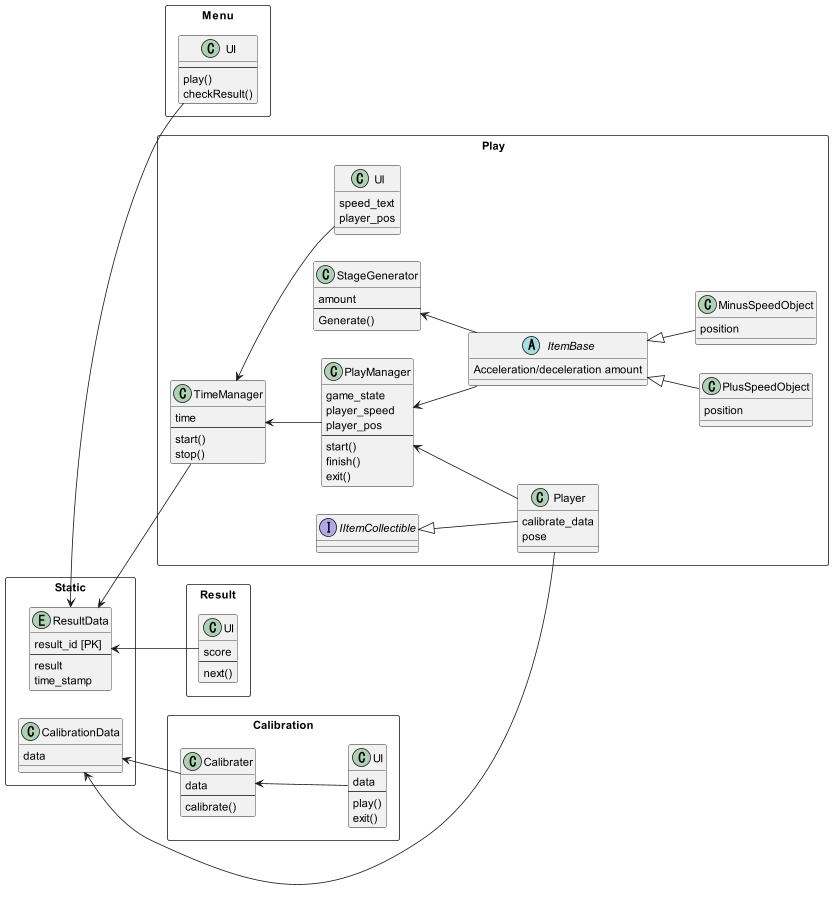
This is specification/img/data.png from tuatmcc/AvoidGame, a PlantUML export, as it was before one commit. The source it was exported from:
```plantuml
@startuml

left to right direction

package "Menu" <<Rectangle>> {
    class "UI" as menuUi {
        --
        play()
        checkResult()
    }
}

package "Calibration" <<Rectangle>> {
    class "Calibrater" as calibrater {
        data
        --
        calibrate()
    }

    class "UI" as calibrationUi {
        data
        --
        play()
        exit()
    }
}

package "Play" <<Rectangle>> {
    class "PlayManager" as playManager {
        game_state
        player_speed
        player_pos
        --
        start()
        finish()
        exit()
    }

    class "TimeManager" as timeManager {
        time
        --
        start()
        stop()
    }

    class "StageGenerator" as stageGenerator {
        amount
        --
        Generate()
    }

    class "PlusSpeedObject" as plusSpeedObject {
        position
    }

    class "MinusSpeedObject" as minusSpeedObject {
        position
    }

    abstract class "ItemBase" as itemBase {
        Acceleration/deceleration amount
    }

    class "Player" as player {
        calibrate_data
        pose
    }

    interface "IItemCollectible" as iItemCollectible {

    }

    class "UI" as playUi {
        speed_text
        player_pos
    }
}

package "Result" <<Rectangle>> {
    class "UI" as resultUi {
        score
        --
        next()
    }
}

package "Static" <<Rectangle>> {
    entity "ResultData" as resultData {
        result_id [PK]
        --
        result
        time_stamp
    }

    class "CalibrationData" as calibrationData {
        data
    }
}

resultData <-- menuUi

calibrater <-- calibrationUi
calibrationData <-- calibrater

playManager <-- itemBase
timeManager <-- playUi
timeManager <-- playManager
playManager <-- player
iItemCollectible <|-- player
calibrationData <-- player
resultData <-- timeManager
itemBase <|-- plusSpeedObject
itemBase <|-- minusSpeedObject
stageGenerator <-- itemBase

resultData <-- resultUi

@enduml
```
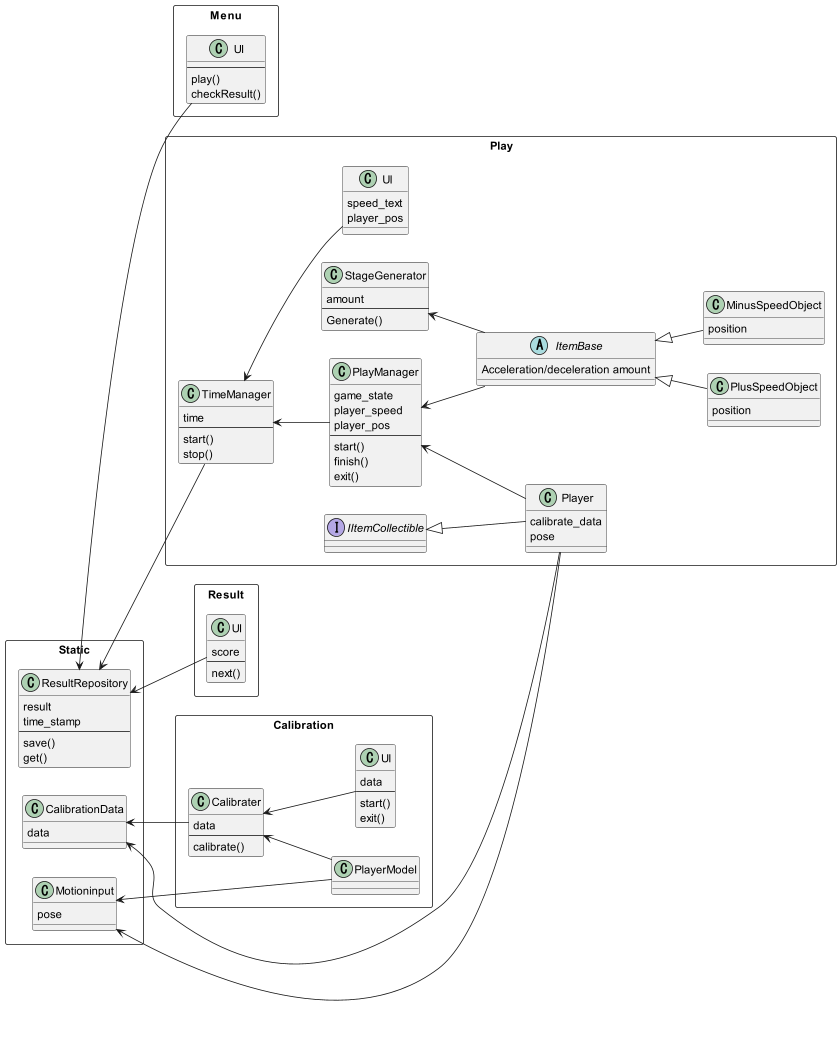
The same file after the commit.

The edit, as a diff of the source:
```diff
@@ -20,8 +20,12 @@
     class "UI" as calibrationUi {
         data
         --
-        play()
+        start()
         exit()
+    }
+
+    class "PlayerModel" as playerModel {
+
     }
 }
 
@@ -85,22 +89,29 @@
 }
 
 package "Static" <<Rectangle>> {
-    entity "ResultData" as resultData {
-        result_id [PK]
-        --
+    class "ResultRepository" as resultRepository {
         result
         time_stamp
+        --
+        save()
+        get()
     }
 
     class "CalibrationData" as calibrationData {
         data
     }
+
+    class "Motioninput" as motionInput {
+        pose
+    }
 }
 
-resultData <-- menuUi
+resultRepository <-- menuUi
 
 calibrater <-- calibrationUi
 calibrationData <-- calibrater
+motionInput <-- playerModel
+calibrater <-- playerModel
 
 playManager <-- itemBase
 timeManager <-- playUi
@@ -108,11 +119,12 @@
 playManager <-- player
 iItemCollectible <|-- player
 calibrationData <-- player
-resultData <-- timeManager
+resultRepository <-- timeManager
 itemBase <|-- plusSpeedObject
 itemBase <|-- minusSpeedObject
 stageGenerator <-- itemBase
+motionInput <-- player
 
-resultData <-- resultUi
+resultRepository <-- resultUi
 
 @enduml
```
